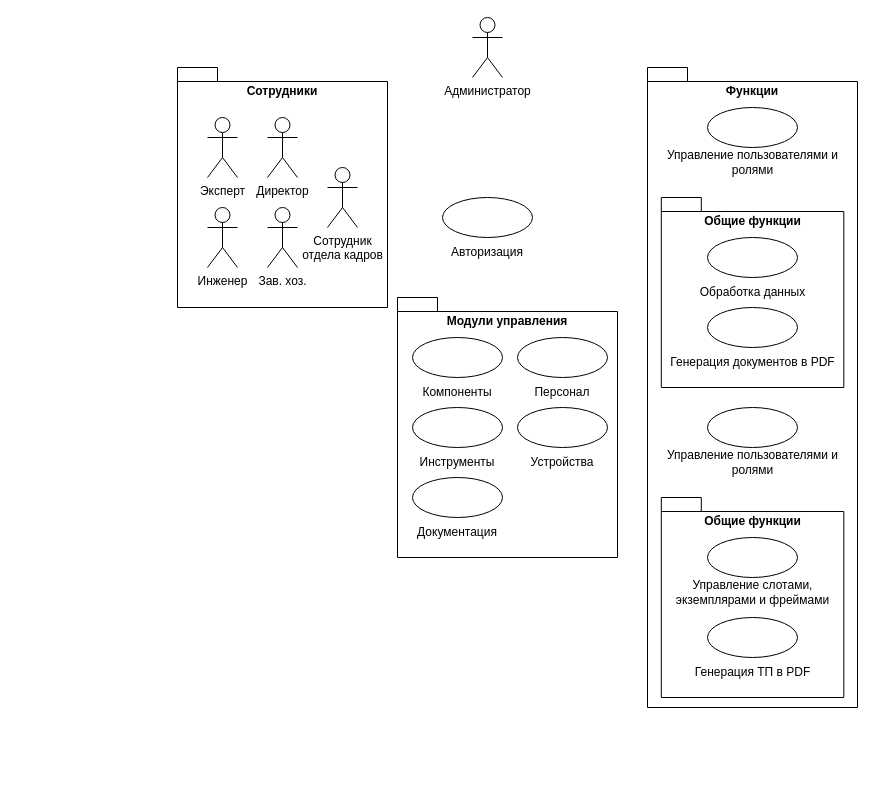
Mrw0lf14/vlasov keeps this draw.io diagram as g2.drawio. Above is the earlier version. Source tidied: cells renumbered, new cells numbered last; positions are measured from the earlier drawing's top-left corner, leaving out a move shared by most shapes. Both pictures are drawn from the tidied source at 100%, with x=0, y=0 at pixel (177, 17).
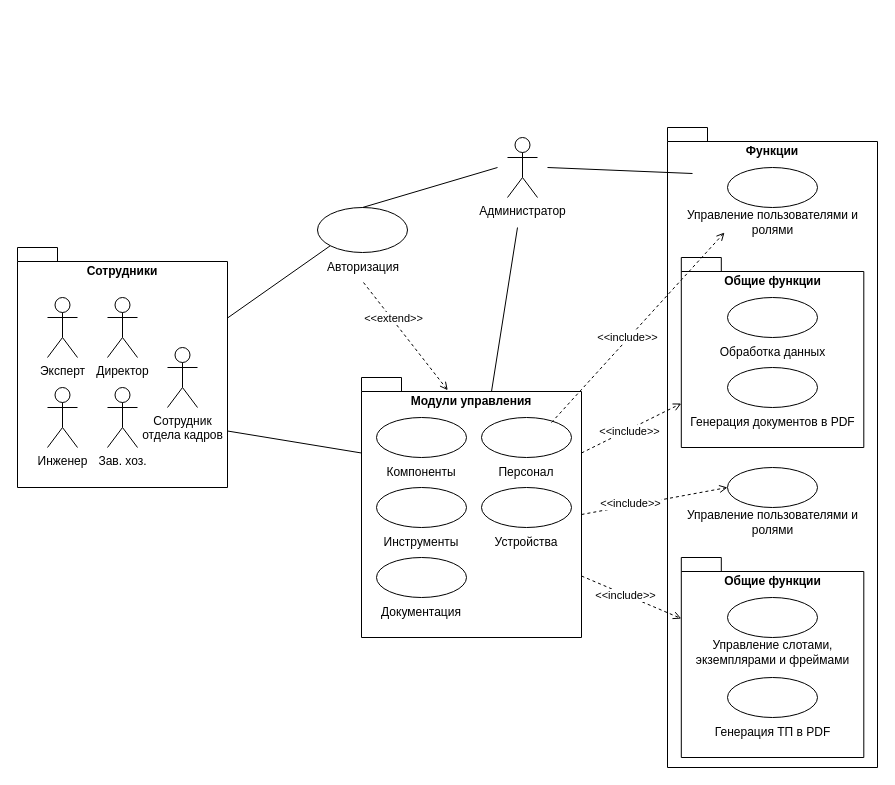
Above is the later version.

What changed in the source:
```diff
@@
     <mxCell id="2" style="ellipse;whiteSpace=wrap;html=1;" parent="1" vertex="1">
-      <mxGeometry x="265" y="180" width="90" height="40" as="geometry" />
+      <mxGeometry x="140" y="190" width="90" height="45" as="geometry" />
     </mxCell>
     <mxCell id="3" value="Авторизация" style="text;html=1;align=center;verticalAlign=middle;whiteSpace=wrap;rounded=0;" parent="1" vertex="1">
-      <mxGeometry x="280" y="220" width="60" height="30" as="geometry" />
+      <mxGeometry x="156" y="235" width="60" height="30" as="geometry" />
     </mxCell>
     <mxCell id="4" value="Сотрудники" style="shape=folder;fontStyle=1;spacingTop=10;tabWidth=40;tabHeight=14;tabPosition=left;html=1;whiteSpace=wrap;verticalAlign=top;" parent="1" vertex="1">
-      <mxGeometry y="50" width="210" height="240" as="geometry" />
+      <mxGeometry x="-160" y="230" width="210" height="240" as="geometry" />
     </mxCell>
     <mxCell id="5" value="Администратор" style="shape=umlActor;verticalLabelPosition=bottom;verticalAlign=top;html=1;" parent="1" vertex="1">
-      <mxGeometry x="295" width="30" height="60" as="geometry" />
+      <mxGeometry x="330" y="120" width="30" height="60" as="geometry" />
     </mxCell>
     <mxCell id="6" value="Эксперт" style="shape=umlActor;verticalLabelPosition=bottom;verticalAlign=top;html=1;" parent="1" vertex="1">
-      <mxGeometry x="30" y="100" width="30" height="60" as="geometry" />
+      <mxGeometry x="-130" y="280" width="30" height="60" as="geometry" />
     </mxCell>
     <mxCell id="7" value="Директор" style="shape=umlActor;verticalLabelPosition=bottom;verticalAlign=top;html=1;" parent="1" vertex="1">
-      <mxGeometry x="90" y="100" width="30" height="60" as="geometry" />
+      <mxGeometry x="-70" y="280" width="30" height="60" as="geometry" />
     </mxCell>
     <mxCell id="8" value="Инженер" style="shape=umlActor;verticalLabelPosition=bottom;verticalAlign=top;html=1;" parent="1" vertex="1">
-      <mxGeometry x="30" y="190" width="30" height="60" as="geometry" />
+      <mxGeometry x="-130" y="370" width="30" height="60" as="geometry" />
     </mxCell>
     <mxCell id="9" value="Зав. хоз." style="shape=umlActor;verticalLabelPosition=bottom;verticalAlign=top;html=1;" parent="1" vertex="1">
-      <mxGeometry x="90" y="190" width="30" height="60" as="geometry" />
+      <mxGeometry x="-70" y="370" width="30" height="60" as="geometry" />
     </mxCell>
     <mxCell id="10" value="Сотрудник&lt;div&gt;отдела кадров&lt;/div&gt;" style="shape=umlActor;verticalLabelPosition=bottom;verticalAlign=top;html=1;" parent="1" vertex="1">
-      <mxGeometry x="150" y="150" width="30" height="60" as="geometry" />
+      <mxGeometry x="-10" y="330" width="30" height="60" as="geometry" />
     </mxCell>
     <mxCell id="11" value="Модули управления" style="shape=folder;fontStyle=1;spacingTop=10;tabWidth=40;tabHeight=14;tabPosition=left;html=1;whiteSpace=wrap;verticalAlign=top;" parent="1" vertex="1">
-      <mxGeometry x="220" y="280" width="220" height="260" as="geometry" />
+      <mxGeometry x="184" y="360" width="220" height="260" as="geometry" />
     </mxCell>
     <mxCell id="12" style="ellipse;whiteSpace=wrap;html=1;" parent="1" vertex="1">
-      <mxGeometry x="235" y="320" width="90" height="40" as="geometry" />
+      <mxGeometry x="199" y="400" width="90" height="40" as="geometry" />
     </mxCell>
     <mxCell id="13" value="Компоненты" style="text;html=1;align=center;verticalAlign=middle;whiteSpace=wrap;rounded=0;" parent="1" vertex="1">
-      <mxGeometry x="250" y="360" width="60" height="30" as="geometry" />
+      <mxGeometry x="214" y="440" width="60" height="30" as="geometry" />
     </mxCell>
     <mxCell id="14" style="ellipse;whiteSpace=wrap;html=1;" parent="1" vertex="1">
-      <mxGeometry x="340" y="320" width="90" height="40" as="geometry" />
+      <mxGeometry x="304" y="400" width="90" height="40" as="geometry" />
     </mxCell>
     <mxCell id="15" value="Персонал" style="text;html=1;align=center;verticalAlign=middle;whiteSpace=wrap;rounded=0;" parent="1" vertex="1">
-      <mxGeometry x="355" y="360" width="60" height="30" as="geometry" />
+      <mxGeometry x="319" y="440" width="60" height="30" as="geometry" />
     </mxCell>
     <mxCell id="16" style="ellipse;whiteSpace=wrap;html=1;" parent="1" vertex="1">
-      <mxGeometry x="235" y="390" width="90" height="40" as="geometry" />
+      <mxGeometry x="199" y="470" width="90" height="40" as="geometry" />
     </mxCell>
     <mxCell id="17" value="Инструменты" style="text;html=1;align=center;verticalAlign=middle;whiteSpace=wrap;rounded=0;" parent="1" vertex="1">
-      <mxGeometry x="250" y="430" width="60" height="30" as="geometry" />
+      <mxGeometry x="214" y="510" width="60" height="30" as="geometry" />
     </mxCell>
     <mxCell id="18" style="ellipse;whiteSpace=wrap;html=1;" parent="1" vertex="1">
-      <mxGeometry x="340" y="390" width="90" height="40" as="geometry" />
+      <mxGeometry x="304" y="470" width="90" height="40" as="geometry" />
     </mxCell>
     <mxCell id="19" value="Устройства" style="text;html=1;align=center;verticalAlign=middle;whiteSpace=wrap;rounded=0;" parent="1" vertex="1">
-      <mxGeometry x="355" y="430" width="60" height="30" as="geometry" />
+      <mxGeometry x="319" y="510" width="60" height="30" as="geometry" />
     </mxCell>
     <mxCell id="20" style="ellipse;whiteSpace=wrap;html=1;" parent="1" vertex="1">
-      <mxGeometry x="235" y="460" width="90" height="40" as="geometry" />
+      <mxGeometry x="199" y="540" width="90" height="40" as="geometry" />
     </mxCell>
     <mxCell id="21" value="Документация" style="text;html=1;align=center;verticalAlign=middle;whiteSpace=wrap;rounded=0;" parent="1" vertex="1">
-      <mxGeometry x="250" y="500" width="60" height="30" as="geometry" />
+      <mxGeometry x="214" y="580" width="60" height="30" as="geometry" />
     </mxCell>
     <mxCell id="22" value="Функции" style="shape=folder;fontStyle=1;spacingTop=10;tabWidth=40;tabHeight=14;tabPosition=left;html=1;whiteSpace=wrap;verticalAlign=top;" parent="1" vertex="1">
-      <mxGeometry x="470" y="50" width="210" height="640" as="geometry" />
+      <mxGeometry x="490" y="110" width="210" height="640" as="geometry" />
     </mxCell>
     <mxCell id="23" style="ellipse;whiteSpace=wrap;html=1;" parent="1" vertex="1">
-      <mxGeometry x="530" y="90" width="90" height="40" as="geometry" />
+      <mxGeometry x="550" y="150" width="90" height="40" as="geometry" />
     </mxCell>
     <mxCell id="24" value="Управление пользователями и ролями" style="text;html=1;align=center;verticalAlign=middle;whiteSpace=wrap;rounded=0;" parent="1" vertex="1">
-      <mxGeometry x="477.5" y="130" width="195" height="30" as="geometry" />
+      <mxGeometry x="497.5" y="190" width="195" height="30" as="geometry" />
     </mxCell>
     <mxCell id="25" value="Общие функции" style="shape=folder;fontStyle=1;spacingTop=10;tabWidth=40;tabHeight=14;tabPosition=left;html=1;whiteSpace=wrap;verticalAlign=top;" parent="1" vertex="1">
-      <mxGeometry x="483.8" y="180" width="182.5" height="190" as="geometry" />
+      <mxGeometry x="503.8" y="240" width="182.5" height="190" as="geometry" />
     </mxCell>
     <mxCell id="26" style="ellipse;whiteSpace=wrap;html=1;" parent="1" vertex="1">
-      <mxGeometry x="530" y="220" width="90" height="40" as="geometry" />
+      <mxGeometry x="550" y="280" width="90" height="40" as="geometry" />
     </mxCell>
     <mxCell id="27" value="Обработка данных" style="text;html=1;align=center;verticalAlign=middle;whiteSpace=wrap;rounded=0;" parent="1" vertex="1">
-      <mxGeometry x="477.5" y="260" width="195" height="30" as="geometry" />
+      <mxGeometry x="497.5" y="320" width="195" height="30" as="geometry" />
     </mxCell>
     <mxCell id="28" style="ellipse;whiteSpace=wrap;html=1;" parent="1" vertex="1">
-      <mxGeometry x="530" y="290" width="90" height="40" as="geometry" />
+      <mxGeometry x="550" y="350" width="90" height="40" as="geometry" />
     </mxCell>
     <mxCell id="29" value="Генерация документов в PDF" style="text;html=1;align=center;verticalAlign=middle;whiteSpace=wrap;rounded=0;" parent="1" vertex="1">
-      <mxGeometry x="477.5" y="330" width="195" height="30" as="geometry" />
+      <mxGeometry x="497.5" y="390" width="195" height="30" as="geometry" />
     </mxCell>
     <mxCell id="30" style="ellipse;whiteSpace=wrap;html=1;" parent="1" vertex="1">
-      <mxGeometry x="530" y="390" width="90" height="40" as="geometry" />
+      <mxGeometry x="550" y="450" width="90" height="40" as="geometry" />
     </mxCell>
     <mxCell id="31" value="Управление пользователями и ролями" style="text;html=1;align=center;verticalAlign=middle;whiteSpace=wrap;rounded=0;" parent="1" vertex="1">
-      <mxGeometry x="477.5" y="430" width="195" height="30" as="geometry" />
+      <mxGeometry x="497.5" y="490" width="195" height="30" as="geometry" />
     </mxCell>
     <mxCell id="32" value="Общие функции" style="shape=folder;fontStyle=1;spacingTop=10;tabWidth=40;tabHeight=14;tabPosition=left;html=1;whiteSpace=wrap;verticalAlign=top;" parent="1" vertex="1">
-      <mxGeometry x="483.8" y="480" width="182.5" height="200" as="geometry" />
+      <mxGeometry x="503.8" y="540" width="182.5" height="200" as="geometry" />
     </mxCell>
     <mxCell id="33" style="ellipse;whiteSpace=wrap;html=1;" parent="1" vertex="1">
-      <mxGeometry x="530" y="520" width="90" height="40" as="geometry" />
+      <mxGeometry x="550" y="580" width="90" height="40" as="geometry" />
     </mxCell>
     <mxCell id="34" value="Управление слотами, экземплярами и фреймами" style="text;html=1;align=center;verticalAlign=middle;whiteSpace=wrap;rounded=0;" parent="1" vertex="1">
-      <mxGeometry x="477.5" y="560" width="195" height="30" as="geometry" />
+      <mxGeometry x="497.5" y="620" width="195" height="30" as="geometry" />
     </mxCell>
     <mxCell id="35" style="ellipse;whiteSpace=wrap;html=1;" parent="1" vertex="1">
-      <mxGeometry x="530" y="600" width="90" height="40" as="geometry" />
+      <mxGeometry x="550" y="660" width="90" height="40" as="geometry" />
     </mxCell>
     <mxCell id="36" value="Генерация ТП в PDF" style="text;html=1;align=center;verticalAlign=middle;whiteSpace=wrap;rounded=0;" parent="1" vertex="1">
-      <mxGeometry x="477.5" y="640" width="195" height="30" as="geometry" />
+      <mxGeometry x="497.5" y="700" width="195" height="30" as="geometry" />
     </mxCell>
+    <mxCell id="37" style="endArrow=open;html=1;rounded=0;exitX=0.5;exitY=1;exitDx=0;exitDy=0;dashed=1;endFill=0;entryX=0.392;entryY=0.049;entryDx=0;entryDy=0;entryPerimeter=0;" parent="1" edge="1" source="3" target="11">
+      <mxGeometry relative="1" as="geometry" />
+    </mxCell>
+    <mxCell id="38" value="&amp;lt;&amp;lt;extend&amp;gt;&amp;gt;" style="edgeLabel;html=1;align=center;verticalAlign=middle;" parent="37" vertex="1">
+      <mxGeometry x="-0.31" y="2" relative="1" as="geometry">
+        <mxPoint x="-1" as="offset" />
+      </mxGeometry>
+    </mxCell>
+    <mxCell id="39" style="endArrow=none;html=1;rounded=0;exitX=0.5;exitY=0;exitDx=0;exitDy=0;" parent="1" edge="1" source="2">
+      <mxGeometry relative="1" as="geometry">
+        <mxPoint x="320" y="150" as="targetPoint" />
+      </mxGeometry>
+    </mxCell>
+    <mxCell id="40" style="endArrow=none;html=1;rounded=0;" parent="1" edge="1">
+      <mxGeometry relative="1" as="geometry">
+        <mxPoint x="370" y="150" as="sourcePoint" />
+        <mxPoint x="515" y="156" as="targetPoint" />
+      </mxGeometry>
+    </mxCell>
+    <mxCell id="41" style="endArrow=none;html=1;rounded=0;exitX=0;exitY=0;exitDx=210;exitDy=70.5;endFill=0;entryX=0;entryY=1;entryDx=0;entryDy=0;exitPerimeter=0;" parent="1" edge="1" source="4" target="2">
+      <mxGeometry relative="1" as="geometry" />
+    </mxCell>
+    <mxCell id="42" style="endArrow=none;html=1;rounded=0;exitX=0;exitY=0;exitDx=210;exitDy=183.5;exitPerimeter=0;entryX=0;entryY=0;entryDx=0;entryDy=75.5;entryPerimeter=0;" parent="1" edge="1" source="4" target="11">
+      <mxGeometry relative="1" as="geometry" />
+    </mxCell>
+    <mxCell id="43" style="endArrow=none;html=1;rounded=0;exitX=0;exitY=0;exitDx=130;exitDy=14;exitPerimeter=0;" parent="1" edge="1" source="11">
+      <mxGeometry relative="1" as="geometry">
+        <mxPoint x="340" y="210" as="targetPoint" />
+      </mxGeometry>
+    </mxCell>
+    <mxCell id="44" style="endArrow=open;html=1;rounded=0;dashed=1;endFill=0;" parent="1" edge="1">
+      <mxGeometry relative="1" as="geometry">
+        <mxPoint x="374" y="405" as="sourcePoint" />
+        <mxPoint x="547" y="215" as="targetPoint" />
+      </mxGeometry>
+    </mxCell>
+    <mxCell id="45" value="&amp;lt;&amp;lt;include&amp;gt;&amp;gt;" style="edgeLabel;html=1;align=center;verticalAlign=middle;" parent="44" vertex="1">
+      <mxGeometry x="0.02" y="2" relative="1" as="geometry">
+        <mxPoint x="-11" y="13" as="offset" />
+      </mxGeometry>
+    </mxCell>
+    <mxCell id="46" style="endArrow=open;html=1;rounded=0;dashed=1;endFill=0;exitX=0;exitY=0;exitDx=220;exitDy=75.5;exitPerimeter=0;entryX=0;entryY=0;entryDx=0;entryDy=146;entryPerimeter=0;" parent="1" edge="1" source="11" target="25">
+      <mxGeometry relative="1" as="geometry" />
+    </mxCell>
+    <mxCell id="47" value="&amp;lt;&amp;lt;include&amp;gt;&amp;gt;" style="edgeLabel;html=1;align=center;verticalAlign=middle;" parent="46" vertex="1">
+      <mxGeometry x="-0.06" y="-1" relative="1" as="geometry" />
+    </mxCell>
+    <mxCell id="48" style="endArrow=open;html=1;rounded=0;dashed=1;endFill=0;exitX=0;exitY=0;exitDx=220;exitDy=137;exitPerimeter=0;entryX=0;entryY=0.5;entryDx=0;entryDy=0;" parent="1" edge="1" source="11" target="30">
+      <mxGeometry relative="1" as="geometry" />
+    </mxCell>
+    <mxCell id="49" value="&amp;lt;&amp;lt;include&amp;gt;&amp;gt;" style="edgeLabel;html=1;align=center;verticalAlign=middle;" parent="48" vertex="1">
+      <mxGeometry x="-0.32" y="2" relative="1" as="geometry" />
+    </mxCell>
+    <mxCell id="50" style="endArrow=open;html=1;rounded=0;dashed=1;endFill=0;exitX=0;exitY=0;exitDx=220;exitDy=198.5;exitPerimeter=0;" parent="1" edge="1" source="11" target="32">
+      <mxGeometry relative="1" as="geometry" />
+    </mxCell>
+    <mxCell id="51" value="&amp;lt;&amp;lt;include&amp;gt;&amp;gt;" style="edgeLabel;html=1;align=center;verticalAlign=middle;" parent="50" vertex="1">
+      <mxGeometry x="-0.14" relative="1" as="geometry">
+        <mxPoint y="1" as="offset" />
+      </mxGeometry>
+    </mxCell>
```
